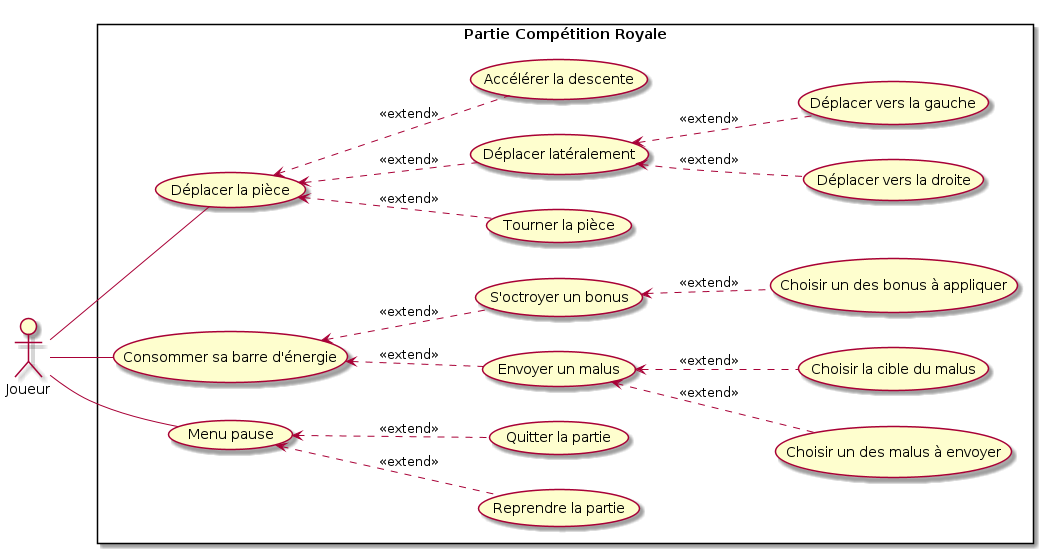
Earlier version of the PlantUML export SRD-DOC/uml/usescase/en-jeu/royal-competition.png (ulb-info2-group5/Royal-Blocks). Its source is kept beside it as SRD-DOC/uml/usescase/en-jeu/royal-competition.plantuml.
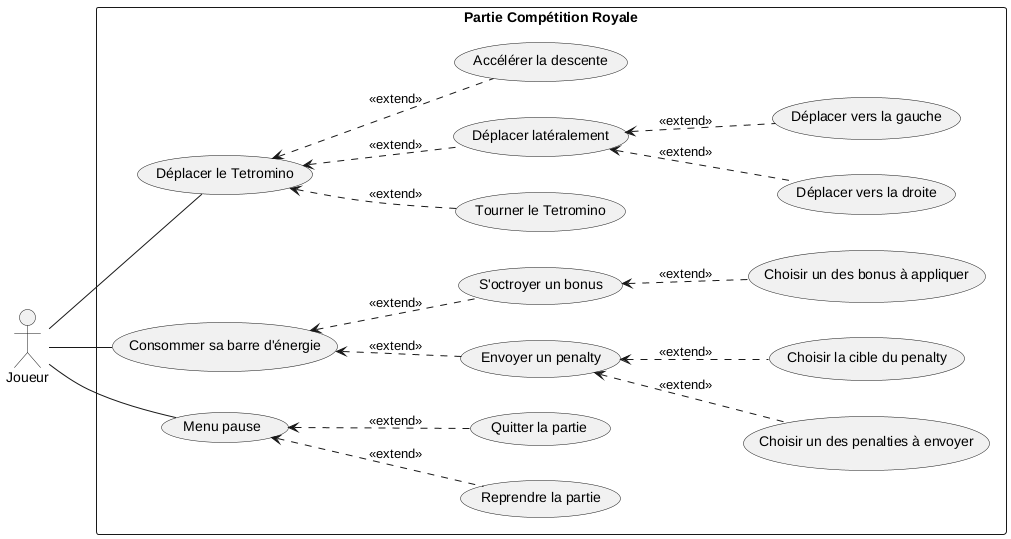
The same diagram one commit later.

The edit, as a diff of the source:
```diff
@@ -6,14 +6,14 @@
 
 rectangle "Partie Compétition Royale" as game {
 
-    usecase "Déplacer la pièce" as move_piece
-    usecase "Tourner la pièce" as rotate_piece
+    usecase "Déplacer le Tetromino" as move_piece
+    usecase "Tourner le Tetromino" as rotate_piece
 
     usecase "Consommer sa barre d'énergie" as use_energy
 
-    usecase "Envoyer un malus" as throw_penalty
-    usecase "Choisir un des malus à envoyer" as choose_penalty
-    usecase "Choisir la cible du malus" as choose_target
+    usecase "Envoyer un penalty" as throw_penalty
+    usecase "Choisir un des penalties à envoyer" as choose_penalty
+    usecase "Choisir la cible du penalty" as choose_target
 
     usecase "S'octroyer un bonus" as get_bonus
     usecase "Choisir un des bonus à appliquer" as choose_bonus
```
